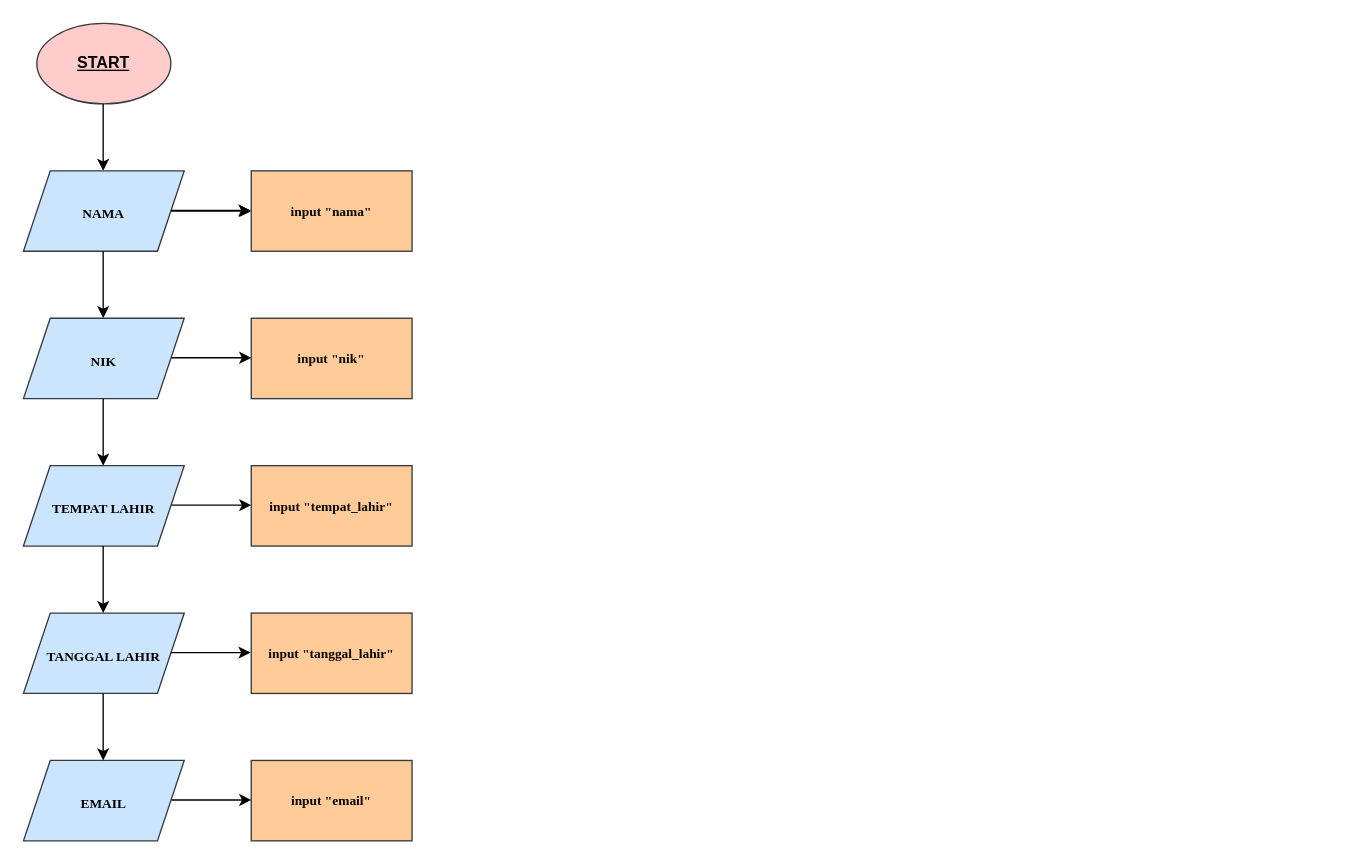
Before: flowchart-hospital_admission.drawio in CarlosAprillio2002/carlos_aprillio-hospital_admission, a draw.io diagram. Source tidied: cells renumbered, new cells numbered last; positions are measured from the earlier drawing's top-left corner, leaving out a move shared by most shapes. Both pictures are drawn from the tidied source at 134%, with x=0, y=0 at pixel (23, 23).
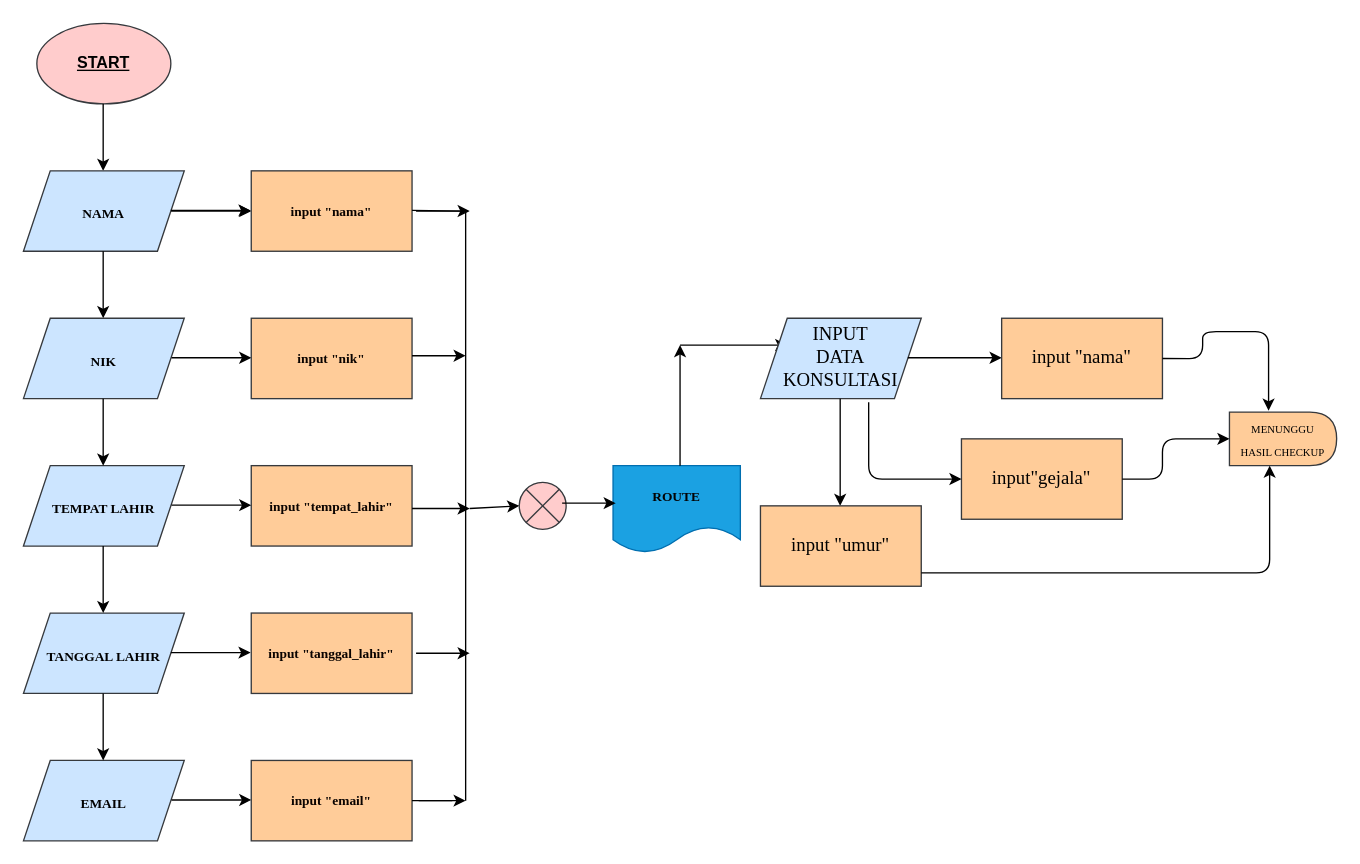
The same page after the edit.

Commit message:
Alur pendaftaran konsultasi

Diff of the diagram source:
```diff
@@
+    <mxCell id="24" style="shape=sumEllipse;perimeter=ellipsePerimeter;whiteSpace=wrap;html=1;backgroundOutline=1;shadow=0;sketch=0;fontFamily=Times New Roman;fontSize=10;strokeColor=#36393d;fillColor=#ffcccc;" parent="1" vertex="1">
+      <mxGeometry x="370" y="342.5" width="35" height="35" as="geometry" />
+    </mxCell>
+    <mxCell id="25" value="&lt;font color=&quot;#030303&quot;&gt;&lt;b&gt;ROUTE&lt;/b&gt;&lt;/font&gt;" style="shape=document;whiteSpace=wrap;html=1;boundedLbl=1;shadow=0;sketch=0;fontFamily=Times New Roman;fontSize=10;strokeColor=#006EAF;fillColor=#1ba1e2;fontColor=#ffffff;" parent="1" vertex="1">
+      <mxGeometry x="440" y="330" width="95" height="65" as="geometry" />
+    </mxCell>
+    <mxCell id="26" style="endArrow=none;html=1;labelBackgroundColor=default;fontFamily=Times New Roman;fontSize=10;fontColor=#0A0300;strokeColor=#000000;" parent="1" edge="1">
+      <mxGeometry relative="1" as="geometry">
+        <mxPoint x="290" y="139.5" as="sourcePoint" />
+        <mxPoint x="330" y="140" as="targetPoint" />
+      </mxGeometry>
+    </mxCell>
+    <mxCell id="27" style="endArrow=none;html=1;labelBackgroundColor=default;fontFamily=Times New Roman;fontSize=10;fontColor=#0A0300;strokeColor=#000000;" parent="1" edge="1">
+      <mxGeometry relative="1" as="geometry">
+        <mxPoint x="330" y="580" as="sourcePoint" />
+        <mxPoint x="330" y="140" as="targetPoint" />
+      </mxGeometry>
+    </mxCell>
+    <mxCell id="28" style="endArrow=none;html=1;labelBackgroundColor=default;fontFamily=Times New Roman;fontSize=10;fontColor=#0A0300;strokeColor=#000000;" parent="1" edge="1">
+      <mxGeometry relative="1" as="geometry">
+        <mxPoint x="295" y="580" as="sourcePoint" />
+        <mxPoint x="320" y="580" as="targetPoint" />
+      </mxGeometry>
+    </mxCell>
+    <mxCell id="29" style="endArrow=classic;html=1;labelBackgroundColor=default;fontFamily=Times New Roman;fontSize=10;fontColor=#0A0300;strokeColor=#000000;" parent="1" edge="1">
+      <mxGeometry relative="1" as="geometry">
+        <mxPoint x="290" y="580" as="sourcePoint" />
+        <mxPoint x="330" y="580" as="targetPoint" />
+      </mxGeometry>
+    </mxCell>
+    <mxCell id="30" style="endArrow=classic;html=1;labelBackgroundColor=default;fontFamily=Times New Roman;fontSize=10;fontColor=#0A0300;strokeColor=#000000;" parent="1" edge="1">
+      <mxGeometry relative="1" as="geometry">
+        <mxPoint x="293" y="470" as="sourcePoint" />
+        <mxPoint x="333" y="470" as="targetPoint" />
+      </mxGeometry>
+    </mxCell>
+    <mxCell id="31" style="endArrow=classic;html=1;labelBackgroundColor=default;fontFamily=Times New Roman;fontSize=10;fontColor=#0A0300;strokeColor=#000000;" parent="1" edge="1">
+      <mxGeometry relative="1" as="geometry">
+        <mxPoint x="290" y="362" as="sourcePoint" />
+        <mxPoint x="333" y="362" as="targetPoint" />
+      </mxGeometry>
+    </mxCell>
+    <mxCell id="32" style="endArrow=classic;html=1;labelBackgroundColor=default;fontFamily=Times New Roman;fontSize=10;fontColor=#0A0300;strokeColor=#000000;" parent="1" edge="1">
+      <mxGeometry relative="1" as="geometry">
+        <mxPoint x="290" y="248" as="sourcePoint" />
+        <mxPoint x="330" y="248" as="targetPoint" />
+      </mxGeometry>
+    </mxCell>
+    <mxCell id="33" style="endArrow=classic;html=1;labelBackgroundColor=default;fontFamily=Times New Roman;fontSize=10;fontColor=#0A0300;strokeColor=#000000;" parent="1" edge="1">
+      <mxGeometry relative="1" as="geometry">
+        <mxPoint x="293" y="140" as="sourcePoint" />
+        <mxPoint x="333" y="140" as="targetPoint" />
+      </mxGeometry>
+    </mxCell>
+    <mxCell id="34" style="endArrow=classic;html=1;labelBackgroundColor=default;fontFamily=Times New Roman;fontSize=10;fontColor=#0A0300;strokeColor=#000000;entryX=0;entryY=0.5;entryDx=0;entryDy=0;" parent="1" edge="1" target="24">
+      <mxGeometry relative="1" as="geometry">
+        <mxPoint x="333" y="362" as="sourcePoint" />
+      </mxGeometry>
+    </mxCell>
+    <mxCell id="35" style="endArrow=classic;html=1;labelBackgroundColor=default;fontFamily=Times New Roman;fontSize=10;fontColor=#0A0300;strokeColor=#000000;" parent="1" edge="1">
+      <mxGeometry relative="1" as="geometry">
+        <mxPoint x="402" y="358" as="sourcePoint" />
+        <mxPoint x="442" y="358" as="targetPoint" />
+      </mxGeometry>
+    </mxCell>
+    <mxCell id="36" style="endArrow=classic;html=1;labelBackgroundColor=default;fontFamily=Times New Roman;fontSize=14;fontColor=#030303;strokeColor=#000000;" parent="1" edge="1">
+      <mxGeometry relative="1" as="geometry">
+        <mxPoint x="490" y="330" as="sourcePoint" />
+        <mxPoint x="490" y="240" as="targetPoint" />
+      </mxGeometry>
+    </mxCell>
+    <mxCell id="37" style="endArrow=classic;html=1;labelBackgroundColor=default;fontFamily=Times New Roman;fontSize=14;fontColor=#030303;strokeColor=#000000;" parent="1" edge="1">
+      <mxGeometry relative="1" as="geometry">
+        <mxPoint x="490" y="240" as="sourcePoint" />
+        <mxPoint x="570" y="240" as="targetPoint" />
+      </mxGeometry>
+    </mxCell>
+    <mxCell id="38" value="&lt;font color=&quot;#000000&quot;&gt;INPUT&lt;br&gt;DATA&lt;br&gt;KONSULTASI&lt;br&gt;&lt;/font&gt;" style="shape=parallelogram;perimeter=parallelogramPerimeter;whiteSpace=wrap;html=1;fixedSize=1;shadow=0;sketch=0;fontFamily=Times New Roman;fontSize=14;strokeColor=#36393d;fillColor=#cce5ff;" parent="1" vertex="1">
+      <mxGeometry x="550" y="220" width="120" height="60" as="geometry" />
+    </mxCell>
+    <mxCell id="39" style="endArrow=classic;html=1;labelBackgroundColor=default;fontFamily=Times New Roman;fontSize=14;fontColor=#000000;strokeColor=#000000;" parent="1" edge="1">
+      <mxGeometry relative="1" as="geometry">
+        <mxPoint x="660" y="249.5" as="sourcePoint" />
+        <mxPoint x="730" y="249.5" as="targetPoint" />
+      </mxGeometry>
+    </mxCell>
+    <mxCell id="40" style="endArrow=classic;html=1;labelBackgroundColor=default;fontFamily=Times New Roman;fontSize=14;fontColor=#030303;strokeColor=#000000;" parent="1" edge="1">
+      <mxGeometry relative="1" as="geometry">
+        <mxPoint x="609.5" y="280" as="sourcePoint" />
+        <mxPoint x="609.5" y="360" as="targetPoint" />
+      </mxGeometry>
+    </mxCell>
+    <mxCell id="41" value="&lt;font color=&quot;#000000&quot;&gt;input &quot;nama&quot;&lt;/font&gt;" style="rounded=0;whiteSpace=wrap;html=1;shadow=0;sketch=0;fontFamily=Times New Roman;fontSize=14;strokeColor=#36393d;fillColor=#ffcc99;" parent="1" vertex="1">
+      <mxGeometry x="730" y="220" width="120" height="60" as="geometry" />
+    </mxCell>
+    <mxCell id="42" value="&lt;font color=&quot;#000000&quot;&gt;input &quot;umur&quot;&lt;/font&gt;" style="rounded=0;whiteSpace=wrap;html=1;shadow=0;sketch=0;fontFamily=Times New Roman;fontSize=14;strokeColor=#36393d;fillColor=#ffcc99;" parent="1" vertex="1">
+      <mxGeometry x="550" y="360" width="120" height="60" as="geometry" />
+    </mxCell>
+    <mxCell id="43" value="&lt;font color=&quot;#000000&quot;&gt;input&quot;gejala&quot;&lt;/font&gt;" style="rounded=0;whiteSpace=wrap;html=1;shadow=0;sketch=0;fontFamily=Times New Roman;fontSize=14;strokeColor=#36393d;fillColor=#ffcc99;" parent="1" vertex="1">
+      <mxGeometry x="700" y="310" width="120" height="60" as="geometry" />
+    </mxCell>
+    <mxCell id="44" style="edgeStyle=segmentEdgeStyle;endArrow=classic;html=1;labelBackgroundColor=default;fontFamily=Times New Roman;fontSize=14;fontColor=#000000;strokeColor=#000000;entryX=0;entryY=0.5;entryDx=0;entryDy=0;exitX=0.673;exitY=1.044;exitDx=0;exitDy=0;exitPerimeter=0;" parent="1" edge="1" source="38" target="43">
+      <mxGeometry relative="1" as="geometry">
+        <Array as="points">
+          <mxPoint x="631" y="340" />
+        </Array>
+      </mxGeometry>
+    </mxCell>
+    <mxCell id="45" value="&lt;font color=&quot;#000000&quot;&gt;&lt;font style=&quot;font-size: 8px&quot;&gt;MENUNGGU&lt;br&gt;HASIL CHECKUP&lt;/font&gt;&lt;br&gt;&lt;/font&gt;" style="shape=delay;whiteSpace=wrap;html=1;shadow=0;sketch=0;fontFamily=Times New Roman;fontSize=14;strokeColor=#36393d;fillColor=#ffcc99;gradientColor=none;" parent="1" vertex="1">
+      <mxGeometry x="900" y="290" width="80" height="40" as="geometry" />
+    </mxCell>
+    <mxCell id="46" style="edgeStyle=segmentEdgeStyle;endArrow=classic;html=1;labelBackgroundColor=default;fontFamily=Times New Roman;fontSize=8;fontColor=#000000;strokeColor=#000000;entryX=0.375;entryY=1;entryDx=0;entryDy=0;entryPerimeter=0;" parent="1" edge="1" target="45">
+      <mxGeometry relative="1" as="geometry">
+        <mxPoint x="670" y="410" as="sourcePoint" />
+        <Array as="points">
+          <mxPoint x="930" y="410" />
+        </Array>
+      </mxGeometry>
+    </mxCell>
+    <mxCell id="47" style="edgeStyle=segmentEdgeStyle;endArrow=classic;html=1;labelBackgroundColor=default;fontFamily=Times New Roman;fontSize=8;fontColor=#000000;strokeColor=#000000;entryX=0;entryY=0.5;entryDx=0;entryDy=0;exitX=1;exitY=0.5;exitDx=0;exitDy=0;" parent="1" edge="1" source="43" target="45">
+      <mxGeometry relative="1" as="geometry">
+        <Array as="points">
+          <mxPoint x="850" y="340" />
+          <mxPoint x="850" y="310" />
+        </Array>
+      </mxGeometry>
+    </mxCell>
+    <mxCell id="48" style="edgeStyle=segmentEdgeStyle;endArrow=classic;html=1;labelBackgroundColor=default;fontFamily=Times New Roman;fontSize=8;fontColor=#000000;strokeColor=#000000;exitX=1;exitY=0.501;exitDx=0;exitDy=0;exitPerimeter=0;entryX=0.365;entryY=-0.026;entryDx=0;entryDy=0;entryPerimeter=0;" parent="1" edge="1" source="41" target="45">
+      <mxGeometry relative="1" as="geometry">
+        <Array as="points">
+          <mxPoint x="880" y="250" />
+          <mxPoint x="880" y="230" />
+          <mxPoint x="929" y="230" />
+        </Array>
+      </mxGeometry>
+    </mxCell>
```
